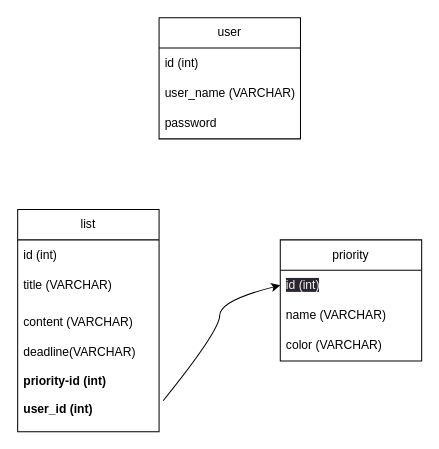
Earlier version of the draw.io diagram Ressources/mld.drawio (murielralu/Exercice-Cr-ation-API-d-une-Todo-Liste-I). Source tidied: cells renumbered, new cells numbered last; positions are measured from the earlier drawing's top-left corner, leaving out a move shared by most shapes. Both pictures are drawn from the tidied source at 101%, with x=0, y=0 at pixel (17, 17).
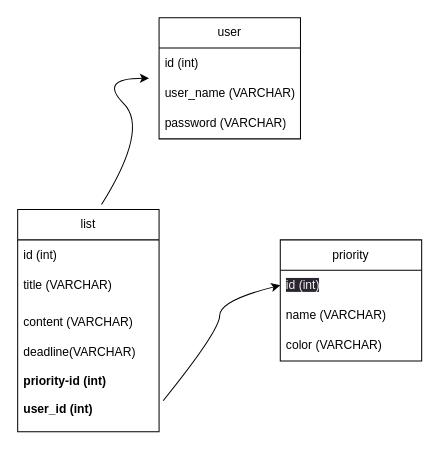
The same diagram, later.

Diff of the diagram source:
```diff
@@
 <mxGraphModel>
   <root>
     <mxCell id="0" />
     <mxCell id="1" parent="0" />
     <mxCell id="2" value="list" style="swimlane;fontStyle=0;horizontal=1;startSize=30;whiteSpace=wrap;html=1;" parent="1" vertex="1">
       <mxGeometry y="190" width="140" height="220" as="geometry" />
     </mxCell>
     <mxCell id="3" value="id (int)" style="text;strokeColor=none;fillColor=none;align=left;verticalAlign=middle;spacingLeft=4;spacingRight=4;overflow=hidden;whiteSpace=wrap;html=1;" parent="2" vertex="1">
       <mxGeometry y="30" width="140" height="30" as="geometry" />
     </mxCell>
     <mxCell id="4" value="title (VARCHAR)" style="text;strokeColor=none;fillColor=none;align=left;verticalAlign=middle;spacingLeft=4;spacingRight=4;overflow=hidden;whiteSpace=wrap;html=1;" parent="2" vertex="1">
       <mxGeometry y="60" width="140" height="30" as="geometry" />
     </mxCell>
     <mxCell id="5" value="content (VARCHAR)&lt;br&gt;&lt;br&gt;deadline(VARCHAR)&lt;br&gt;&lt;br&gt;&lt;b&gt;priority-id (int)&lt;br&gt;&lt;br&gt;user_id (int)&lt;br&gt;&lt;/b&gt;" style="text;strokeColor=none;fillColor=none;align=left;verticalAlign=middle;spacingLeft=4;spacingRight=4;overflow=hidden;points=[[0,0.5],[1,0.5]];portConstraint=eastwest;whiteSpace=wrap;html=1;" parent="2" vertex="1">
       <mxGeometry y="90" width="140" height="130" as="geometry" />
     </mxCell>
     <mxCell id="6" value="priority" style="swimlane;fontStyle=0;horizontal=1;startSize=30;whiteSpace=wrap;html=1;" parent="1" vertex="1">
       <mxGeometry x="260" y="220" width="140" height="120" as="geometry" />
     </mxCell>
     <mxCell id="7" value="&lt;span style=&quot;color: rgb(240, 240, 240); font-family: Helvetica; font-size: 12px; font-style: normal; font-variant-ligatures: normal; font-variant-caps: normal; font-weight: 400; letter-spacing: normal; orphans: 2; text-align: left; text-indent: 0px; text-transform: none; widows: 2; word-spacing: 0px; -webkit-text-stroke-width: 0px; background-color: rgb(42, 37, 47); text-decoration-thickness: initial; text-decoration-style: initial; text-decoration-color: initial; float: none; display: inline !important;&quot;&gt;id (int)&lt;/span&gt;" style="text;strokeColor=none;fillColor=none;align=left;verticalAlign=middle;spacingLeft=4;spacingRight=4;overflow=hidden;points=[[0,0.5],[1,0.5]];portConstraint=eastwest;whiteSpace=wrap;html=1;" parent="6" vertex="1">
       <mxGeometry y="30" width="140" height="30" as="geometry" />
     </mxCell>
     <mxCell id="8" value="name (VARCHAR)" style="text;strokeColor=none;fillColor=none;align=left;verticalAlign=middle;spacingLeft=4;spacingRight=4;overflow=hidden;whiteSpace=wrap;html=1;" parent="6" vertex="1">
       <mxGeometry y="60" width="140" height="30" as="geometry" />
     </mxCell>
     <mxCell id="9" value="color (VARCHAR)" style="text;strokeColor=none;fillColor=none;align=left;verticalAlign=middle;spacingLeft=4;spacingRight=4;overflow=hidden;whiteSpace=wrap;html=1;" parent="6" vertex="1">
       <mxGeometry y="90" width="140" height="30" as="geometry" />
     </mxCell>
     <mxCell id="10" style="curved=1;endArrow=classic;html=1;exitX=1.029;exitY=0.764;exitDx=0;exitDy=0;exitPerimeter=0;entryX=0;entryY=0.5;entryDx=0;entryDy=0;" parent="1" edge="1" source="5" target="7">
       <mxGeometry relative="1" as="geometry">
         <Array as="points">
           <mxPoint x="200" y="310" />
           <mxPoint x="200" y="280" />
         </Array>
       </mxGeometry>
     </mxCell>
     <mxCell id="11" value="user" style="swimlane;fontStyle=0;horizontal=1;startSize=30;whiteSpace=wrap;html=1;" parent="1" vertex="1">
       <mxGeometry x="140" width="140" height="120" as="geometry" />
     </mxCell>
     <mxCell id="12" value="id (int)" style="text;strokeColor=none;fillColor=none;align=left;verticalAlign=middle;spacingLeft=4;spacingRight=4;overflow=hidden;whiteSpace=wrap;html=1;" parent="11" vertex="1">
       <mxGeometry y="30" width="140" height="30" as="geometry" />
     </mxCell>
     <mxCell id="13" value="user_name (VARCHAR)" style="text;strokeColor=none;fillColor=none;align=left;verticalAlign=middle;spacingLeft=4;spacingRight=4;overflow=hidden;whiteSpace=wrap;html=1;" parent="11" vertex="1">
       <mxGeometry y="60" width="140" height="30" as="geometry" />
     </mxCell>
-    <mxCell id="14" value="password" style="text;strokeColor=none;fillColor=none;align=left;verticalAlign=middle;spacingLeft=4;spacingRight=4;overflow=hidden;whiteSpace=wrap;html=1;" parent="11" vertex="1">
+    <mxCell id="14" value="password (VARCHAR)" style="text;strokeColor=none;fillColor=none;align=left;verticalAlign=middle;spacingLeft=4;spacingRight=4;overflow=hidden;whiteSpace=wrap;html=1;" parent="11" vertex="1">
       <mxGeometry y="90" width="140" height="30" as="geometry" />
     </mxCell>
+    <mxCell id="15" style="curved=1;endArrow=classic;html=1;exitX=0.593;exitY=-0.023;exitDx=0;exitDy=0;exitPerimeter=0;" parent="1" edge="1" source="2">
+      <mxGeometry relative="1" as="geometry">
+        <mxPoint x="130" y="60" as="targetPoint" />
+        <Array as="points">
+          <mxPoint x="130" y="110" />
+          <mxPoint x="80" y="60" />
+        </Array>
+      </mxGeometry>
+    </mxCell>
   </root>
 </mxGraphModel>
```
